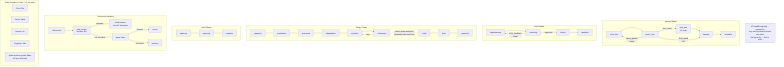
Earlier version of the Mermaid export diagrams/flow-protocol-robustness.png (sf8193/hydra). Its source is kept beside it as diagrams/flow-protocol-robustness.mmd.
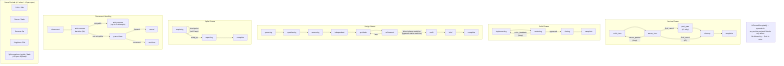
Later version of the same file.

Commit message:
fix: review round 3 — spike self-loop, convention boundary

The edit, as a diff of the source:
```diff
@@ -33,7 +33,8 @@
 
     subgraph spike_phases["Spike Phases"]
         direction LR
-        s_exp["exploring"] --> s_rep["reporting"]
+        s_exp["exploring"] -- "checkpoint<br/>(self-loop)" --> s_exp
+        s_exp -- "wrap_up" --> s_rep["reporting"]
         s_rep --> s_done["complete"]
     end
 
```
